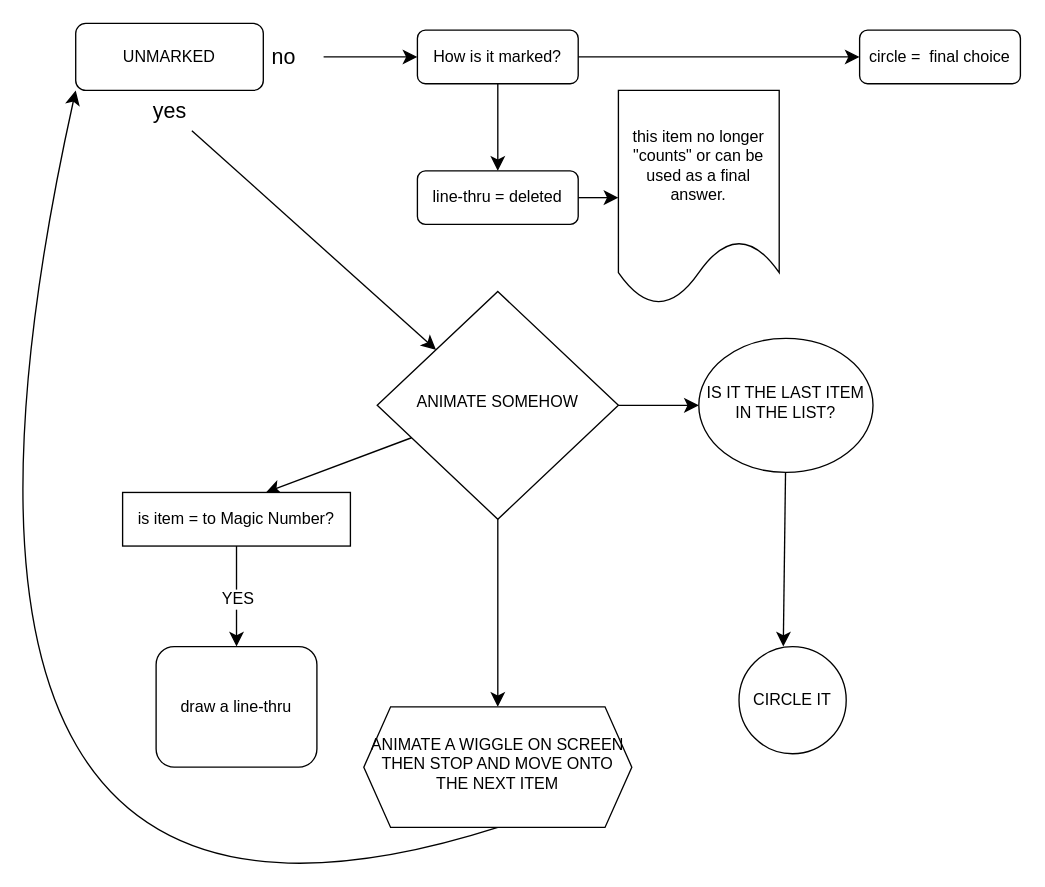
This is Untitled Diagram.drawio from alicynchains/html-portfolio, a draw.io file, before an edit. Source tidied: cells renumbered, new cells numbered last; positions are measured from the earlier drawing's top-left corner, leaving out a move shared by most shapes. Both pictures are drawn from the tidied source at 134%, with x=0, y=0 at pixel (-133, 23).
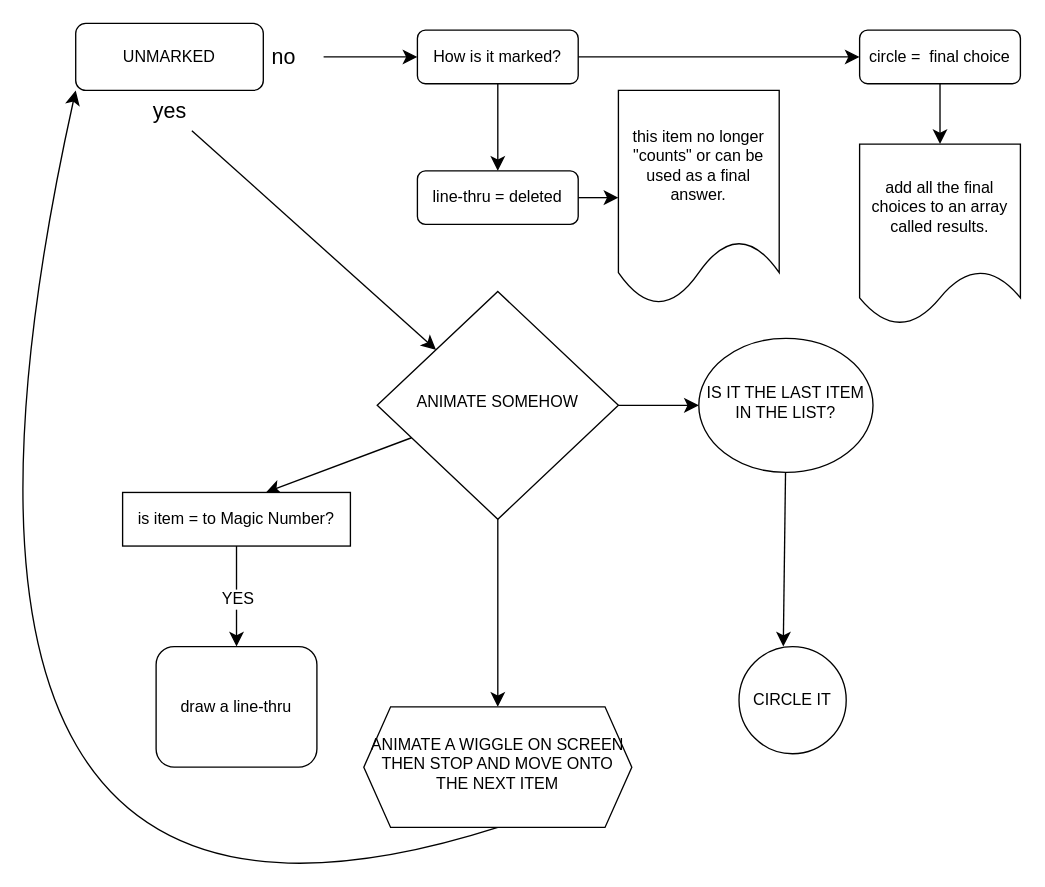
The same diagram, later.

Unchanged cells that the change refers to:
```xml
<mxCell id="14" value="circle =&amp;nbsp; final choice" style="rounded=1;whiteSpace=wrap;html=1;fontSize=12;glass=0;strokeWidth=1;shadow=0;" parent="1" vertex="1">
  <mxGeometry x="740" y="5" width="120" height="40" as="geometry" />
</mxCell>
```

Change to the diagram source:
```diff
@@
+    <mxCell id="28" style="edgeStyle=none;curved=1;rounded=0;jettySize=auto;html=1;fontSize=12;startSize=8;endSize=8;" parent="1" edge="1" source="14" target="29">
+      <mxGeometry relative="1" as="geometry" />
+    </mxCell>
@@
+    <mxCell id="29" value="add all the final choices to an array called results." style="shape=document;whiteSpace=wrap;html=1;boundedLbl=1;rounded=1;glass=0;strokeWidth=1;shadow=0;" parent="1" vertex="1">
+      <mxGeometry x="740" y="90" width="120" height="135" as="geometry" />
+    </mxCell>
```
